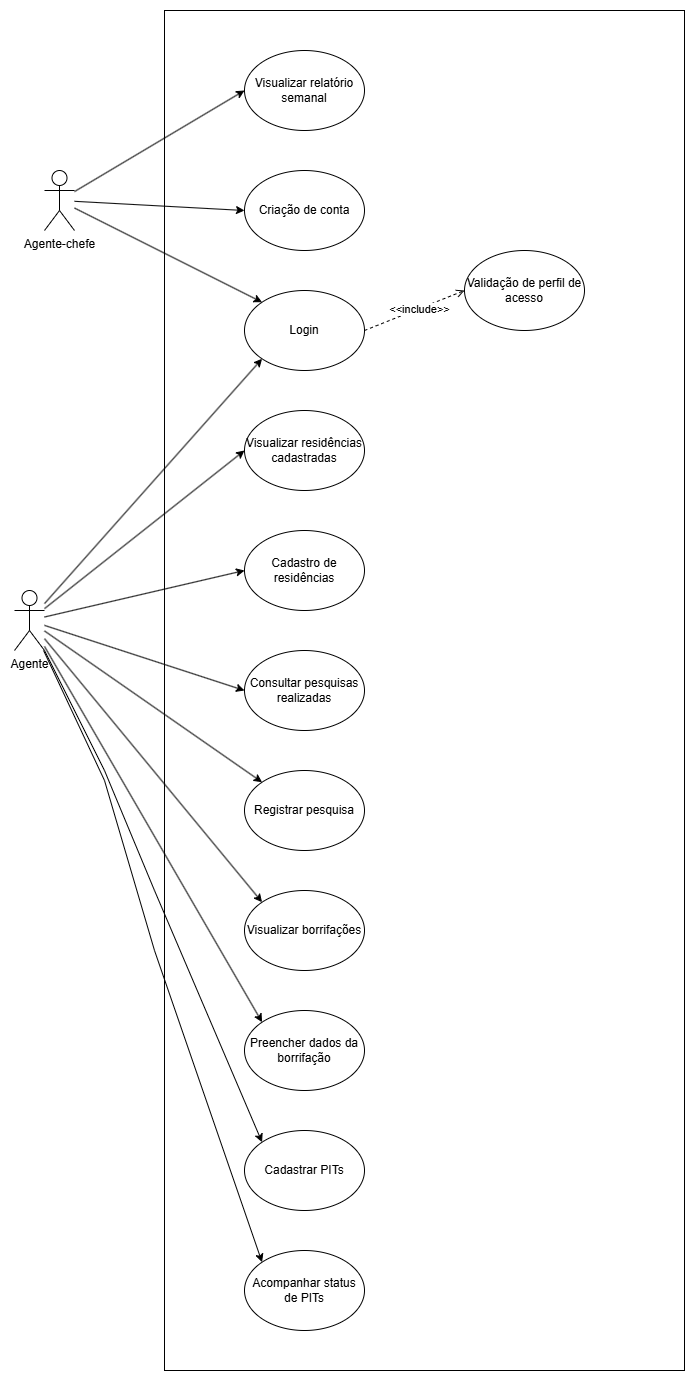
Earlier version of the draw.io export Diagrama de casos de uso.png (Fconeto/P.I-3). Source tidied: cells renumbered, new cells last; positions are measured from the earlier drawing's top-left corner, leaving out a move shared by most shapes. Source of this version:
```xml
<mxGraphModel>
  <root>
    <mxCell id="0" />
    <mxCell id="1" parent="0" />
    <mxCell id="2" value="Agente" style="shape=umlActor;verticalLabelPosition=bottom;verticalAlign=top;html=1;outlineConnect=0;" parent="1" vertex="1">
      <mxGeometry y="580" width="30" height="60" as="geometry" />
    </mxCell>
    <mxCell id="3" value="Agente-chefe" style="shape=umlActor;verticalLabelPosition=bottom;verticalAlign=top;html=1;outlineConnect=0;" parent="1" vertex="1">
      <mxGeometry x="30" y="160" width="30" height="60" as="geometry" />
    </mxCell>
    <mxCell id="4" style="rounded=0;whiteSpace=wrap;html=1;fillColor=none;" parent="1" vertex="1">
      <mxGeometry x="150" width="520" height="1360" as="geometry" />
    </mxCell>
    <mxCell id="5" value="Login" style="ellipse;whiteSpace=wrap;html=1;" parent="1" vertex="1">
      <mxGeometry x="230" y="280" width="120" height="80" as="geometry" />
    </mxCell>
    <mxCell id="6" value="Criação de conta" style="ellipse;whiteSpace=wrap;html=1;" parent="1" vertex="1">
      <mxGeometry x="230" y="160" width="120" height="80" as="geometry" />
    </mxCell>
    <mxCell id="7" value="Validação de perfil de acesso" style="ellipse;whiteSpace=wrap;html=1;" parent="1" vertex="1">
      <mxGeometry x="450" y="240" width="120" height="80" as="geometry" />
    </mxCell>
    <mxCell id="8" value="Visualizar residências cadastradas" style="ellipse;whiteSpace=wrap;html=1;" parent="1" vertex="1">
      <mxGeometry x="230" y="400" width="120" height="80" as="geometry" />
    </mxCell>
    <mxCell id="9" value="Cadastro de residências" style="ellipse;whiteSpace=wrap;html=1;" parent="1" vertex="1">
      <mxGeometry x="230" y="520" width="120" height="80" as="geometry" />
    </mxCell>
    <mxCell id="10" value="Consultar pesquisas realizadas" style="ellipse;whiteSpace=wrap;html=1;" parent="1" vertex="1">
      <mxGeometry x="230" y="640" width="120" height="80" as="geometry" />
    </mxCell>
    <mxCell id="11" value="Registrar pesquisa" style="ellipse;whiteSpace=wrap;html=1;" parent="1" vertex="1">
      <mxGeometry x="230" y="760" width="120" height="80" as="geometry" />
    </mxCell>
    <mxCell id="12" value="Visualizar borrifações" style="ellipse;whiteSpace=wrap;html=1;" parent="1" vertex="1">
      <mxGeometry x="230" y="880" width="120" height="80" as="geometry" />
    </mxCell>
    <mxCell id="13" value="Preencher dados da borrifação" style="ellipse;whiteSpace=wrap;html=1;" parent="1" vertex="1">
      <mxGeometry x="230" y="1000" width="120" height="80" as="geometry" />
    </mxCell>
    <mxCell id="14" value="Cadastrar PITs" style="ellipse;whiteSpace=wrap;html=1;" parent="1" vertex="1">
      <mxGeometry x="230" y="1120" width="120" height="80" as="geometry" />
    </mxCell>
    <mxCell id="15" value="Acompanhar status de PITs" style="ellipse;whiteSpace=wrap;html=1;" parent="1" vertex="1">
      <mxGeometry x="230" y="1240" width="120" height="80" as="geometry" />
    </mxCell>
    <mxCell id="16" value="Visualizar relatório semanal" style="ellipse;whiteSpace=wrap;html=1;" parent="1" vertex="1">
      <mxGeometry x="230" y="40" width="120" height="80" as="geometry" />
    </mxCell>
    <mxCell id="17" style="endArrow=classic;html=1;rounded=0;entryX=0;entryY=1;entryDx=0;entryDy=0;" parent="1" edge="1" source="2" target="5">
      <mxGeometry relative="1" as="geometry" />
    </mxCell>
    <mxCell id="18" style="endArrow=classic;html=1;rounded=0;entryX=0;entryY=0;entryDx=0;entryDy=0;" parent="1" edge="1" source="3" target="5">
      <mxGeometry relative="1" as="geometry" />
    </mxCell>
    <mxCell id="19" style="endArrow=classic;html=1;rounded=0;entryX=0;entryY=0.5;entryDx=0;entryDy=0;" parent="1" edge="1" source="2" target="8">
      <mxGeometry relative="1" as="geometry" />
    </mxCell>
    <mxCell id="20" style="endArrow=classic;html=1;rounded=0;entryX=0;entryY=0.5;entryDx=0;entryDy=0;" parent="1" edge="1" source="3" target="6">
      <mxGeometry relative="1" as="geometry" />
    </mxCell>
    <mxCell id="21" style="endArrow=classic;html=1;rounded=0;entryX=0;entryY=0.5;entryDx=0;entryDy=0;" parent="1" edge="1" source="2" target="9">
      <mxGeometry relative="1" as="geometry" />
    </mxCell>
    <mxCell id="22" style="endArrow=classic;html=1;rounded=0;entryX=0;entryY=0.5;entryDx=0;entryDy=0;" parent="1" edge="1" source="2" target="10">
      <mxGeometry relative="1" as="geometry" />
    </mxCell>
    <mxCell id="23" style="endArrow=classic;html=1;rounded=0;entryX=0;entryY=0;entryDx=0;entryDy=0;" parent="1" edge="1" source="2" target="11">
      <mxGeometry relative="1" as="geometry" />
    </mxCell>
    <mxCell id="24" style="endArrow=classic;html=1;rounded=0;entryX=0;entryY=0;entryDx=0;entryDy=0;" parent="1" edge="1" source="2" target="12">
      <mxGeometry relative="1" as="geometry" />
    </mxCell>
    <mxCell id="25" style="endArrow=classic;html=1;rounded=0;entryX=0;entryY=0;entryDx=0;entryDy=0;" parent="1" edge="1" source="2" target="13">
      <mxGeometry relative="1" as="geometry" />
    </mxCell>
    <mxCell id="26" style="endArrow=classic;html=1;rounded=0;entryX=0;entryY=0.5;entryDx=0;entryDy=0;" parent="1" edge="1" source="3" target="16">
      <mxGeometry relative="1" as="geometry" />
    </mxCell>
    <mxCell id="27" style="endArrow=classic;html=1;rounded=0;entryX=0;entryY=0;entryDx=0;entryDy=0;" parent="1" edge="1" source="2" target="14">
      <mxGeometry relative="1" as="geometry">
        <Array as="points">
          <mxPoint x="90" y="760" />
          <mxPoint x="140" y="880" />
        </Array>
      </mxGeometry>
    </mxCell>
    <mxCell id="28" style="endArrow=classic;html=1;rounded=0;entryX=0;entryY=0;entryDx=0;entryDy=0;" parent="1" edge="1" source="2" target="15">
      <mxGeometry relative="1" as="geometry">
        <Array as="points">
          <mxPoint x="90" y="770" />
          <mxPoint x="140" y="940" />
        </Array>
      </mxGeometry>
    </mxCell>
    <mxCell id="29" style="endArrow=open;html=1;rounded=0;exitX=1;exitY=0.5;exitDx=0;exitDy=0;entryX=0;entryY=0.5;entryDx=0;entryDy=0;dashed=1;endFill=0;" parent="1" edge="1" source="5" target="7">
      <mxGeometry relative="1" as="geometry" />
    </mxCell>
    <mxCell id="30" value="&amp;lt;&amp;lt;include&amp;gt;&amp;gt;" style="edgeLabel;html=1;align=center;verticalAlign=middle;" parent="29" vertex="1">
      <mxGeometry x="0.08" relative="1" as="geometry" />
    </mxCell>
  </root>
</mxGraphModel>
```
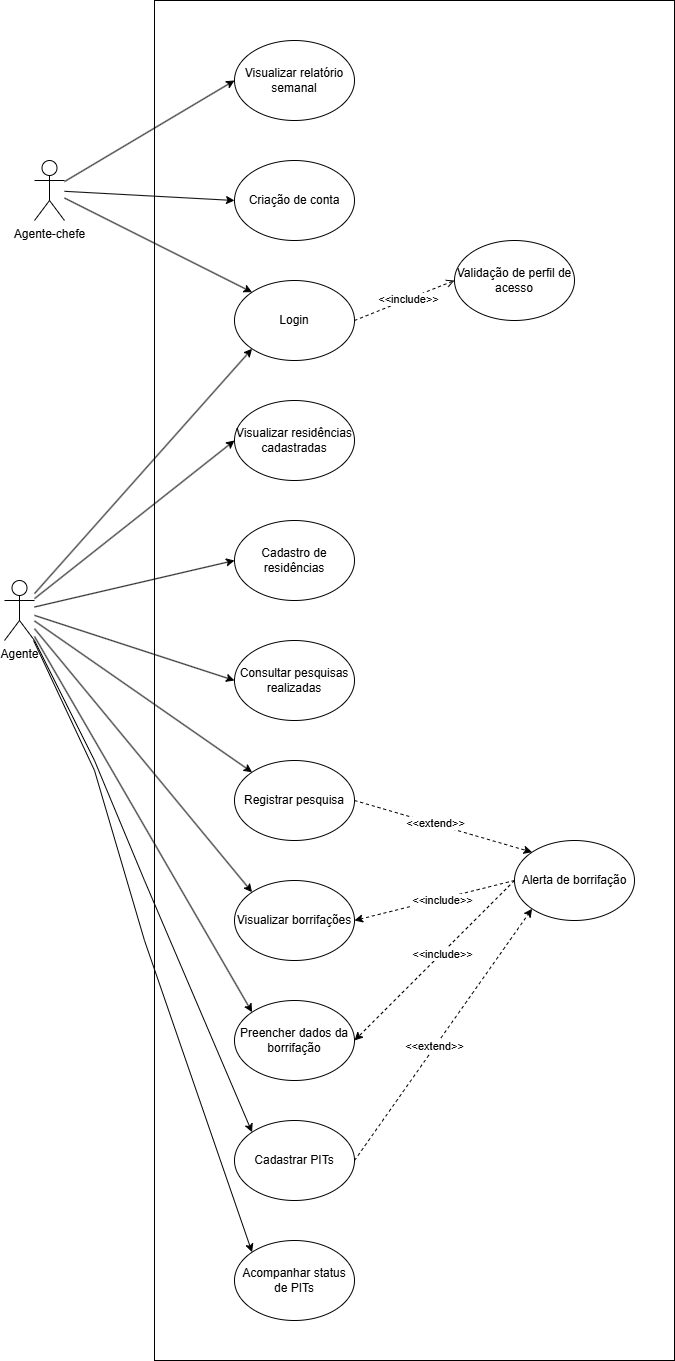
The same diagram one commit later.

The edit, as a diff of the source:
```diff
@@ -99,5 +99,32 @@
     <mxCell id="30" value="&amp;lt;&amp;lt;include&amp;gt;&amp;gt;" style="edgeLabel;html=1;align=center;verticalAlign=middle;" parent="29" vertex="1">
       <mxGeometry x="0.08" relative="1" as="geometry" />
     </mxCell>
+    <mxCell id="31" value="Alerta de borrifação" style="ellipse;whiteSpace=wrap;html=1;" parent="1" vertex="1">
+      <mxGeometry x="510" y="840" width="120" height="80" as="geometry" />
+    </mxCell>
+    <mxCell id="32" style="endArrow=classic;html=1;rounded=0;entryX=0;entryY=0;entryDx=0;entryDy=0;exitX=1;exitY=0.5;exitDx=0;exitDy=0;dashed=1;" parent="1" edge="1" source="11" target="31">
+      <mxGeometry relative="1" as="geometry" />
+    </mxCell>
+    <mxCell id="33" value="&amp;lt;&amp;lt;extend&amp;gt;&amp;gt;" style="edgeLabel;html=1;align=center;verticalAlign=middle;" parent="32" vertex="1">
+      <mxGeometry x="-0.09" y="1" relative="1" as="geometry" />
+    </mxCell>
+    <mxCell id="34" style="endArrow=classic;html=1;rounded=0;entryX=1;entryY=0.5;entryDx=0;entryDy=0;exitX=0;exitY=0.5;exitDx=0;exitDy=0;dashed=1;" parent="1" edge="1" source="31" target="12">
+      <mxGeometry relative="1" as="geometry" />
+    </mxCell>
+    <mxCell id="35" value="&amp;lt;&amp;lt;include&amp;gt;&amp;gt;" style="edgeLabel;html=1;align=center;verticalAlign=middle;" parent="34" vertex="1">
+      <mxGeometry x="-0.09" y="1" relative="1" as="geometry" />
+    </mxCell>
+    <mxCell id="36" style="endArrow=classic;html=1;rounded=0;entryX=1;entryY=0.5;entryDx=0;entryDy=0;exitX=0;exitY=0.5;exitDx=0;exitDy=0;dashed=1;" parent="1" edge="1" source="31" target="13">
+      <mxGeometry relative="1" as="geometry" />
+    </mxCell>
+    <mxCell id="37" value="&amp;lt;&amp;lt;include&amp;gt;&amp;gt;" style="edgeLabel;html=1;align=center;verticalAlign=middle;" parent="36" vertex="1">
+      <mxGeometry x="-0.09" y="1" relative="1" as="geometry" />
+    </mxCell>
+    <mxCell id="38" style="endArrow=classic;html=1;rounded=0;entryX=0;entryY=1;entryDx=0;entryDy=0;exitX=1;exitY=0.5;exitDx=0;exitDy=0;dashed=1;" parent="1" edge="1" source="14" target="31">
+      <mxGeometry relative="1" as="geometry" />
+    </mxCell>
+    <mxCell id="39" value="&amp;lt;&amp;lt;extend&amp;gt;&amp;gt;" style="edgeLabel;html=1;align=center;verticalAlign=middle;" parent="38" vertex="1">
+      <mxGeometry x="-0.09" y="1" relative="1" as="geometry" />
+    </mxCell>
   </root>
 </mxGraphModel>
```
